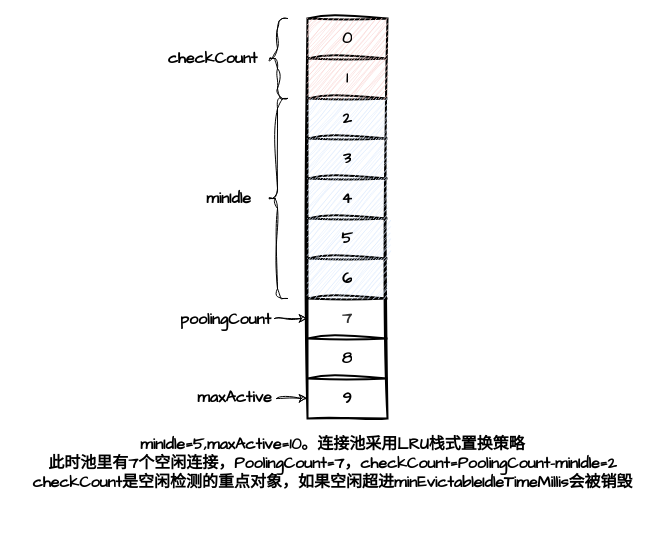
zhuanzhuan-tech/arch-draw-io keeps this draw.io diagram as personal/duyunjie/连接池.drawio. Above is the earlier version. Source tidied: cells renumbered, new cells numbered last; positions are measured from the earlier drawing's top-left corner, leaving out a move shared by most shapes. Both pictures are drawn from the tidied source at 100%, with x=0, y=0 at pixel (22, 18).
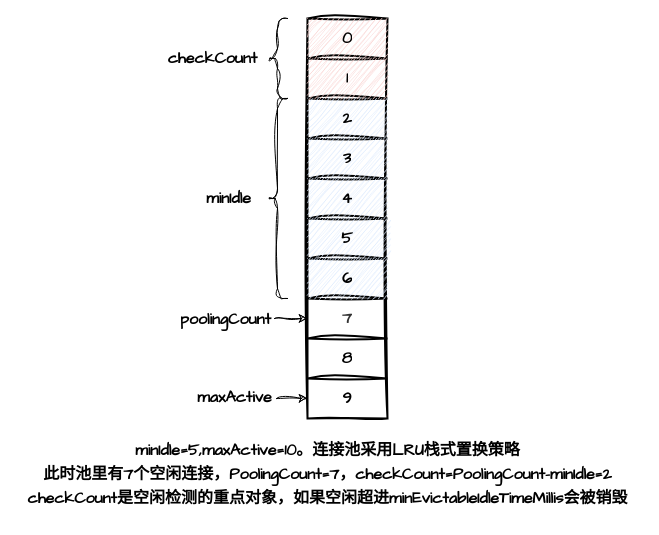
The same diagram, later.

Commit message (it also covers changes not shown here):
更新连接池.drawio

Diff of the diagram source:
```diff
@@
-    <mxCell id="31" value="&lt;b&gt;&lt;font style=&quot;font-size: 16px;&quot;&gt;minIdle=5,maxActive=10。连接池采用LRU栈式置换策略&lt;/font&gt;&lt;/b&gt;&lt;div&gt;&lt;span style=&quot;font-size: 16px;&quot;&gt;&lt;b&gt;此时池里有7个空闲连接，PoolingCount=7，checkCount=PoolingCount-minIdle=2&lt;/b&gt;&lt;/span&gt;&lt;/div&gt;&lt;div&gt;&lt;span style=&quot;font-size: 16px;&quot;&gt;&lt;b&gt;checkCount是空闲检测的重点对象，如果空闲超进&lt;/b&gt;&lt;/span&gt;&lt;span style=&quot;background-color: initial; font-size: 16px;&quot;&gt;&lt;b&gt;minEvictableIdleTimeMillis会被销毁&lt;/b&gt;&lt;/span&gt;&lt;/div&gt;" style="text;html=1;align=center;verticalAlign=middle;strokeColor=none;fillColor=none;fontFamily=Architects Daughter;" parent="1" vertex="1">
-      <mxGeometry y="410" width="620" height="70" as="geometry" />
+    <mxCell id="31" value="&lt;b style=&quot;line-height: 150%;&quot;&gt;&lt;font style=&quot;font-size: 16px; line-height: 150%;&quot;&gt;minIdle=5,maxActive=10。连接池采用LRU栈式置换策略&lt;/font&gt;&lt;/b&gt;&lt;div style=&quot;line-height: 150%;&quot;&gt;&lt;span style=&quot;font-size: 16px; line-height: 150%;&quot;&gt;&lt;b&gt;此时池里有7个空闲连接，PoolingCount=7，checkCount=PoolingCount-minIdle=2&lt;/b&gt;&lt;/span&gt;&lt;/div&gt;&lt;div style=&quot;line-height: 150%;&quot;&gt;&lt;span style=&quot;font-size: 16px; line-height: 150%;&quot;&gt;&lt;b&gt;checkCount是空闲检测的重点对象，如果空闲超进&lt;/b&gt;&lt;/span&gt;&lt;span style=&quot;background-color: initial; font-size: 16px; line-height: 150%;&quot;&gt;&lt;b&gt;minEvictableIdleTimeMillis会被销毁&lt;/b&gt;&lt;/span&gt;&lt;/div&gt;" style="text;html=1;align=center;verticalAlign=middle;strokeColor=none;fillColor=none;fontFamily=Architects Daughter;" parent="1" vertex="1">
+      <mxGeometry x="-5" y="410" width="620" height="90" as="geometry" />
     </mxCell>
```
